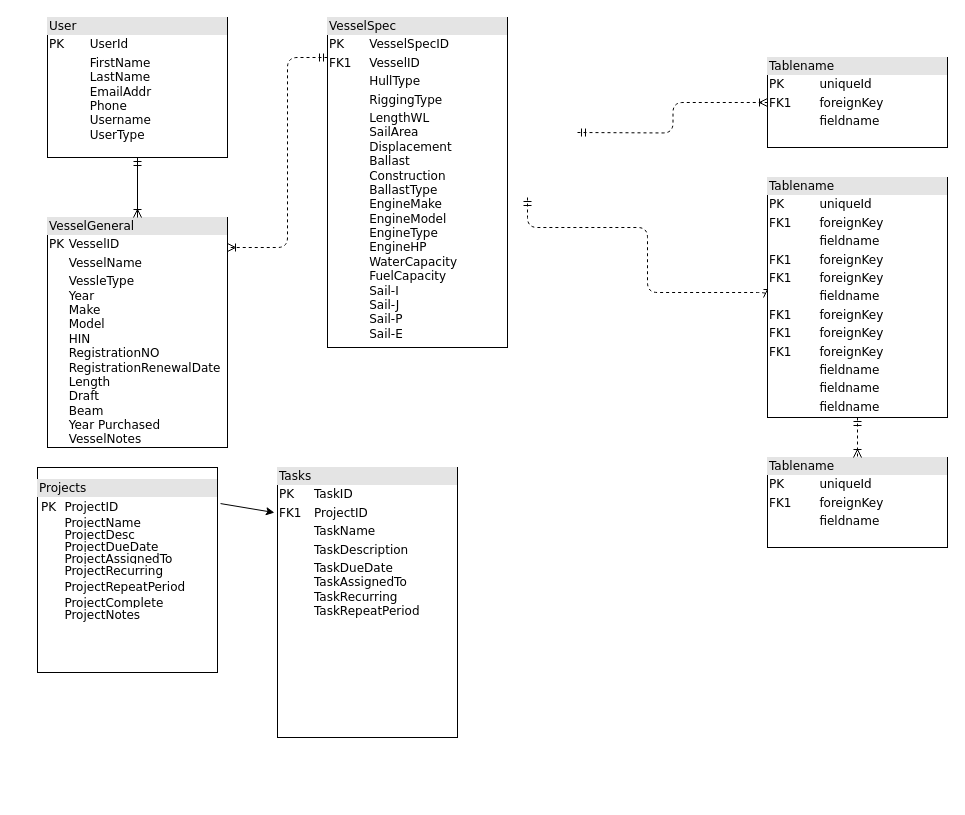
The draw.io diagram db Diagram.drawio in RJWestrick/boatprojectdiagrams, before the edit. Source tidied: cells renumbered, new cells numbered last; positions are measured from the earlier drawing's top-left corner, leaving out a move shared by most shapes. Both pictures are drawn from the tidied source at 100%, with x=0, y=0 at pixel (37, 17).
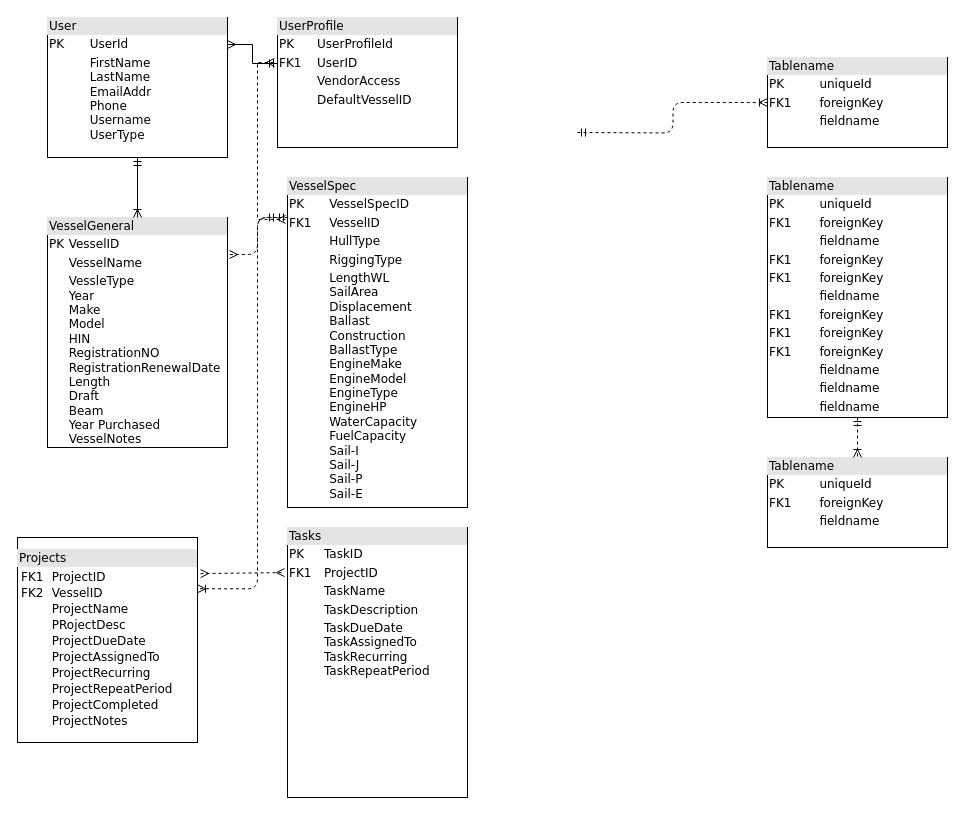
The same diagram, later.

Unchanged cells that the change refers to:
```xml
<mxCell id="2" value="&lt;div style=&quot;box-sizing: border-box ; width: 100% ; background: #e4e4e4 ; padding: 2px&quot;&gt;User&lt;/div&gt;&lt;table style=&quot;width: 100% ; font-size: 1em&quot; cellpadding=&quot;2&quot; cellspacing=&quot;0&quot;&gt;&lt;tbody&gt;&lt;tr&gt;&lt;td&gt;PK&lt;/td&gt;&lt;td&gt;UserId&lt;/td&gt;&lt;/tr&gt;&lt;tr&gt;&lt;td&gt;&lt;br&gt;&lt;/td&gt;&lt;td&gt;FirstName&lt;br&gt;LastName&lt;br&gt;EmailAddr&lt;br&gt;Phone&lt;br&gt;Username&lt;br&gt;UserType&lt;/td&gt;&lt;/tr&gt;&lt;tr&gt;&lt;td&gt;&lt;/td&gt;&lt;td&gt;&lt;br&gt;&lt;/td&gt;&lt;/tr&gt;&lt;/tbody&gt;&lt;/table&gt;" style="verticalAlign=top;align=left;overflow=fill;html=1;rounded=0;shadow=0;comic=0;labelBackgroundColor=none;strokeWidth=1;fontFamily=Verdana;fontSize=12;" parent="1" vertex="1">
  <mxGeometry x="10" width="180" height="140" as="geometry" />
</mxCell>
<mxCell id="6" value="&lt;div style=&quot;box-sizing: border-box ; width: 100% ; background: #e4e4e4 ; padding: 2px&quot;&gt;VesselGeneral&lt;/div&gt;&lt;table style=&quot;width: 100% ; font-size: 1em&quot; cellpadding=&quot;2&quot; cellspacing=&quot;0&quot;&gt;&lt;tbody&gt;&lt;tr&gt;&lt;td&gt;PK&lt;/td&gt;&lt;td&gt;VesselID&lt;/td&gt;&lt;/tr&gt;&lt;tr&gt;&lt;td&gt;&lt;br&gt;&lt;/td&gt;&lt;td&gt;VesselName&lt;/td&gt;&lt;/tr&gt;&lt;tr&gt;&lt;td&gt;&lt;/td&gt;&lt;td&gt;VessleType&lt;br&gt;Year&lt;br&gt;Make&lt;br&gt;Model&lt;br&gt;HIN&lt;br&gt;RegistrationNO&lt;br&gt;RegistrationRenewalDate&lt;br&gt;Length&lt;br&gt;Draft&lt;br&gt;Beam&lt;br&gt;Year Purchased&lt;br&gt;VesselNotes&lt;br&gt;&lt;br&gt;&lt;br&gt;&lt;br&gt;&lt;/td&gt;&lt;/tr&gt;&lt;/tbody&gt;&lt;/table&gt;" style="verticalAlign=top;align=left;overflow=fill;html=1;rounded=0;shadow=0;comic=0;labelBackgroundColor=none;strokeWidth=1;fontFamily=Verdana;fontSize=12;" parent="1" vertex="1">
  <mxGeometry x="10" y="200" width="180" height="230" as="geometry" />
</mxCell>
<mxCell id="12" value="&lt;div style=&quot;box-sizing: border-box ; width: 100% ; background: #e4e4e4 ; padding: 2px&quot;&gt;Tablename&lt;/div&gt;&lt;table style=&quot;width: 100% ; font-size: 1em&quot; cellpadding=&quot;2&quot; cellspacing=&quot;0&quot;&gt;&lt;tbody&gt;&lt;tr&gt;&lt;td&gt;PK&lt;/td&gt;&lt;td&gt;uniqueId&lt;/td&gt;&lt;/tr&gt;&lt;tr&gt;&lt;td&gt;FK1&lt;/td&gt;&lt;td&gt;foreignKey&lt;/td&gt;&lt;/tr&gt;&lt;tr&gt;&lt;td&gt;&lt;/td&gt;&lt;td&gt;fieldname&lt;/td&gt;&lt;/tr&gt;&lt;tr&gt;&lt;td&gt;FK1&lt;br&gt;&lt;/td&gt;&lt;td&gt;foreignKey&lt;br&gt;&lt;/td&gt;&lt;/tr&gt;&lt;tr&gt;&lt;td&gt;FK1&lt;br&gt;&lt;/td&gt;&lt;td&gt;foreignKey&lt;br&gt;&lt;/td&gt;&lt;/tr&gt;&lt;tr&gt;&lt;td&gt;&lt;br&gt;&lt;/td&gt;&lt;td&gt;fieldname&lt;br&gt;&lt;/td&gt;&lt;/tr&gt;&lt;tr&gt;&lt;td&gt;FK1&lt;br&gt;&lt;/td&gt;&lt;td&gt;foreignKey&lt;br&gt;&lt;/td&gt;&lt;/tr&gt;&lt;tr&gt;&lt;td&gt;FK1&lt;br&gt;&lt;/td&gt;&lt;td&gt;foreignKey&lt;br&gt;&lt;/td&gt;&lt;/tr&gt;&lt;tr&gt;&lt;td&gt;FK1&lt;br&gt;&lt;/td&gt;&lt;td&gt;foreignKey&lt;br&gt;&lt;/td&gt;&lt;/tr&gt;&lt;tr&gt;&lt;td&gt;&lt;br&gt;&lt;/td&gt;&lt;td&gt;fieldname&lt;br&gt;&lt;/td&gt;&lt;/tr&gt;&lt;tr&gt;&lt;td&gt;&lt;br&gt;&lt;/td&gt;&lt;td&gt;fieldname&lt;br&gt;&lt;/td&gt;&lt;/tr&gt;&lt;tr&gt;&lt;td&gt;&lt;br&gt;&lt;/td&gt;&lt;td&gt;fieldname&lt;br&gt;&lt;/td&gt;&lt;/tr&gt;&lt;/tbody&gt;&lt;/table&gt;" style="verticalAlign=top;align=left;overflow=fill;html=1;rounded=0;shadow=0;comic=0;labelBackgroundColor=none;strokeWidth=1;fontFamily=Verdana;fontSize=12;" parent="1" vertex="1">
  <mxGeometry x="730" y="160" width="180" height="240" as="geometry" />
</mxCell>
```

Diff of the diagram source:
```diff
@@
-    <mxCell id="3" style="edgeStyle=orthogonalEdgeStyle;html=1;dashed=1;labelBackgroundColor=none;startArrow=ERmandOne;endArrow=ERoneToMany;fontFamily=Verdana;fontSize=12;align=left;entryX=0;entryY=0.5;" parent="1" edge="1" target="12">
+    <mxCell id="3" style="edgeStyle=orthogonalEdgeStyle;html=1;dashed=1;labelBackgroundColor=none;startArrow=ERmandOne;endArrow=ERoneToMany;fontFamily=Verdana;fontSize=12;align=left;entryX=1;entryY=0.25;entryDx=0;entryDy=0;" parent="1" edge="1" target="7">
       <mxGeometry relative="1" as="geometry">
-        <mxPoint x="490" y="180" as="sourcePoint" />
+        <mxPoint x="240" y="200" as="sourcePoint" />
         <Array as="points">
-          <mxPoint x="490" y="210" />
-          <mxPoint x="610" y="210" />
-          <mxPoint x="610" y="275" />
+          <mxPoint x="220" y="200" />
+          <mxPoint x="220" y="571" />
         </Array>
       </mxGeometry>
     </mxCell>
@@
-    <mxCell id="5" style="edgeStyle=orthogonalEdgeStyle;html=1;dashed=1;labelBackgroundColor=none;startArrow=ERmandOne;endArrow=ERoneToMany;fontFamily=Verdana;fontSize=12;align=left;" parent="1" edge="1" source="9" target="6">
-      <mxGeometry relative="1" as="geometry">
-        <Array as="points">
-          <mxPoint x="250" y="40" />
-          <mxPoint x="250" y="230" />
-        </Array>
-      </mxGeometry>
+    <mxCell id="5" style="edgeStyle=orthogonalEdgeStyle;html=1;dashed=1;labelBackgroundColor=none;startArrow=ERmandOne;endArrow=ERmany;fontFamily=Verdana;fontSize=12;align=left;entryX=1.011;entryY=0.161;entryDx=0;entryDy=0;entryPerimeter=0;exitX=0;exitY=0.121;exitDx=0;exitDy=0;exitPerimeter=0;startFill=0;endFill=0;" parent="1" edge="1" source="9" target="6">
+      <mxGeometry relative="1" as="geometry" />
     </mxCell>
@@
-    <mxCell id="7" value="&lt;p style=&quot;line-height: 120%&quot;&gt;&lt;/p&gt;&lt;div style=&quot;box-sizing: border-box ; width: 100% ; background: #e4e4e4 ; padding: 2px&quot;&gt;Projects&lt;/div&gt;&lt;table style=&quot;width: 100% ; font-size: 1em&quot; cellpadding=&quot;2&quot; cellspacing=&quot;0&quot;&gt;&lt;tbody&gt;&lt;tr&gt;&lt;td&gt;&lt;table cellpadding=&quot;2&quot; cellspacing=&quot;0&quot; style=&quot;font-size: 1em ; width: 176px&quot;&gt;&lt;tbody style=&quot;line-height: 100%&quot;&gt;&lt;tr&gt;&lt;td&gt;&lt;span style=&quot;background-color: rgb(255 , 255 , 255)&quot;&gt;PK&lt;/span&gt;&lt;/td&gt;&lt;td&gt;&lt;span style=&quot;background-color: rgb(255 , 255 , 255)&quot;&gt;ProjectID&lt;/span&gt;&lt;/td&gt;&lt;/tr&gt;&lt;tr&gt;&lt;td&gt;&lt;span style=&quot;background-color: rgb(255 , 255 , 255)&quot;&gt;&lt;br&gt;&lt;/span&gt;&lt;/td&gt;&lt;td&gt;&lt;span style=&quot;background-color: rgb(255 , 255 , 255)&quot;&gt;ProjectName&lt;br&gt;ProjectDesc&lt;br&gt;ProjectDueDate&lt;br&gt;ProjectAssignedTo&lt;br&gt;ProjectRecurring&lt;/span&gt;&lt;/td&gt;&lt;/tr&gt;&lt;tr&gt;&lt;td&gt;&lt;/td&gt;&lt;td&gt;&lt;span style=&quot;background-color: rgb(255 , 255 , 255)&quot;&gt;ProjectRepeatPeriod&lt;/span&gt;&lt;/td&gt;&lt;/tr&gt;&lt;tr&gt;&lt;td&gt;&lt;span style=&quot;background-color: rgb(255 , 255 , 255)&quot;&gt;&lt;br&gt;&lt;/span&gt;&lt;/td&gt;&lt;td&gt;&lt;span style=&quot;background-color: rgb(255 , 255 , 255)&quot;&gt;ProjectComplete&lt;br&gt;ProjectNotes&lt;/span&gt;&lt;/td&gt;&lt;/tr&gt;&lt;/tbody&gt;&lt;/table&gt;&lt;/td&gt;&lt;td&gt;&lt;/td&gt;&lt;/tr&gt;&lt;/tbody&gt;&lt;/table&gt;&lt;p&gt;&lt;/p&gt;" style="verticalAlign=top;align=left;overflow=fill;html=1;rounded=0;shadow=0;comic=0;labelBackgroundColor=none;strokeWidth=1;fontFamily=Verdana;fontSize=12;" parent="1" vertex="1">
-      <mxGeometry y="450" width="180" height="205" as="geometry" />
+    <mxCell id="7" value="&lt;p style=&quot;line-height: 120%&quot;&gt;&lt;/p&gt;&lt;div style=&quot;box-sizing: border-box ; width: 100% ; background: #e4e4e4 ; padding: 2px&quot;&gt;Projects&lt;/div&gt;&lt;table style=&quot;width: 100% ; font-size: 1em&quot; cellpadding=&quot;2&quot; cellspacing=&quot;0&quot;&gt;&lt;tbody&gt;&lt;tr&gt;&lt;td&gt;&lt;table cellpadding=&quot;2&quot; cellspacing=&quot;0&quot; style=&quot;font-size: 1em ; width: 176px&quot;&gt;&lt;tbody style=&quot;line-height: 100%&quot;&gt;&lt;tr&gt;&lt;td&gt;FK1&lt;/td&gt;&lt;td&gt;&lt;span style=&quot;background-color: rgb(255 , 255 , 255)&quot;&gt;ProjectID&lt;/span&gt;&lt;/td&gt;&lt;/tr&gt;&lt;tr&gt;&lt;td&gt;FK2&lt;/td&gt;&lt;td&gt;&lt;span style=&quot;background-color: rgb(255 , 255 , 255)&quot;&gt;VesselID&lt;/span&gt;&lt;/td&gt;&lt;/tr&gt;&lt;tr&gt;&lt;td&gt;&lt;br&gt;&lt;/td&gt;&lt;td&gt;ProjectName&lt;/td&gt;&lt;/tr&gt;&lt;tr&gt;&lt;td&gt;&lt;br&gt;&lt;/td&gt;&lt;td&gt;PRojectDesc&lt;/td&gt;&lt;/tr&gt;&lt;tr&gt;&lt;td&gt;&lt;br&gt;&lt;/td&gt;&lt;td&gt;ProjectDueDate&lt;/td&gt;&lt;/tr&gt;&lt;tr&gt;&lt;td&gt;&lt;br&gt;&lt;/td&gt;&lt;td&gt;ProjectAssignedTo&lt;/td&gt;&lt;/tr&gt;&lt;tr&gt;&lt;td&gt;&lt;br&gt;&lt;/td&gt;&lt;td&gt;ProjectRecurring&lt;/td&gt;&lt;/tr&gt;&lt;tr&gt;&lt;td&gt;&lt;br&gt;&lt;/td&gt;&lt;td&gt;&lt;span style=&quot;background-color: rgb(255 , 255 , 255)&quot;&gt;ProjectRepeatPeriod&lt;/span&gt;&lt;/td&gt;&lt;/tr&gt;&lt;tr&gt;&lt;td&gt;&lt;br&gt;&lt;/td&gt;&lt;td&gt;ProjectCompleted&lt;/td&gt;&lt;/tr&gt;&lt;tr&gt;&lt;td&gt;&lt;br&gt;&lt;/td&gt;&lt;td&gt;ProjectNotes&lt;/td&gt;&lt;/tr&gt;&lt;/tbody&gt;&lt;/table&gt;&lt;/td&gt;&lt;td&gt;&lt;/td&gt;&lt;/tr&gt;&lt;/tbody&gt;&lt;/table&gt;&lt;p&gt;&lt;/p&gt;" style="verticalAlign=top;align=left;overflow=fill;html=1;rounded=0;shadow=0;comic=0;labelBackgroundColor=none;strokeWidth=1;fontFamily=Verdana;fontSize=12;" parent="1" vertex="1">
+      <mxGeometry x="-20" y="520" width="180" height="205" as="geometry" />
     </mxCell>
     <mxCell id="8" value="&lt;div style=&quot;box-sizing: border-box ; width: 100% ; background: #e4e4e4 ; padding: 2px&quot;&gt;Tasks&lt;/div&gt;&lt;table style=&quot;width: 100% ; font-size: 1em&quot; cellpadding=&quot;2&quot; cellspacing=&quot;0&quot;&gt;&lt;tbody&gt;&lt;tr&gt;&lt;td&gt;PK&lt;/td&gt;&lt;td&gt;TaskID&lt;/td&gt;&lt;/tr&gt;&lt;tr&gt;&lt;td&gt;FK1&lt;/td&gt;&lt;td&gt;ProjectID&lt;/td&gt;&lt;/tr&gt;&lt;tr&gt;&lt;td&gt;&lt;/td&gt;&lt;td&gt;TaskName&lt;/td&gt;&lt;/tr&gt;&lt;tr&gt;&lt;td&gt;&lt;br&gt;&lt;/td&gt;&lt;td&gt;TaskDescription&lt;br&gt;&lt;/td&gt;&lt;/tr&gt;&lt;tr&gt;&lt;td&gt;&lt;br&gt;&lt;/td&gt;&lt;td&gt;TaskDueDate&lt;br&gt;TaskAssignedTo&lt;br&gt;TaskRecurring&lt;br&gt;TaskRepeatPeriod&lt;br&gt;&lt;br&gt;&lt;/td&gt;&lt;/tr&gt;&lt;/tbody&gt;&lt;/table&gt;" style="verticalAlign=top;align=left;overflow=fill;html=1;rounded=0;shadow=0;comic=0;labelBackgroundColor=none;strokeWidth=1;fontFamily=Verdana;fontSize=12;" parent="1" vertex="1">
-      <mxGeometry x="240" y="450" width="180" height="270" as="geometry" />
+      <mxGeometry x="250" y="510" width="180" height="270" as="geometry" />
     </mxCell>
+    <mxCell id="16" style="edgeStyle=orthogonalEdgeStyle;rounded=0;jettySize=auto;html=1;entryX=-0.017;entryY=0.346;entryDx=0;entryDy=0;dashed=1;startArrow=ERmany;startFill=0;endArrow=ERmany;endFill=0;exitX=-0.011;exitY=0.127;exitDx=0;exitDy=0;exitPerimeter=0;entryPerimeter=0;" parent="1" edge="1" source="9" target="18">
+      <mxGeometry relative="1" as="geometry">
+        <Array as="points">
+          <mxPoint x="220" y="202" />
+          <mxPoint x="220" y="45" />
+        </Array>
+      </mxGeometry>
+    </mxCell>
     <mxCell id="9" value="&lt;div style=&quot;box-sizing: border-box ; width: 100% ; background: #e4e4e4 ; padding: 2px&quot;&gt;VesselSpec&lt;/div&gt;&lt;table style=&quot;width: 100% ; font-size: 1em&quot; cellpadding=&quot;2&quot; cellspacing=&quot;0&quot;&gt;&lt;tbody&gt;&lt;tr&gt;&lt;td&gt;PK&lt;/td&gt;&lt;td&gt;VesselSpecID&lt;/td&gt;&lt;/tr&gt;&lt;tr&gt;&lt;td&gt;FK1&lt;/td&gt;&lt;td&gt;VesselID&lt;/td&gt;&lt;/tr&gt;&lt;tr&gt;&lt;td&gt;&lt;/td&gt;&lt;td&gt;HullType&lt;/td&gt;&lt;/tr&gt;&lt;tr&gt;&lt;td&gt;&lt;br&gt;&lt;/td&gt;&lt;td&gt;RiggingType&lt;/td&gt;&lt;/tr&gt;&lt;tr&gt;&lt;td&gt;&lt;/td&gt;&lt;td&gt;LengthWL&lt;br&gt;SailArea&lt;br&gt;Displacement&lt;br&gt;Ballast&lt;br&gt;Construction&lt;br&gt;BallastType&lt;br&gt;EngineMake&lt;br&gt;EngineModel&lt;br&gt;EngineType&lt;br&gt;EngineHP&lt;br&gt;WaterCapacity&lt;br&gt;FuelCapacity&lt;br&gt;Sail-I&lt;br&gt;Sail-J&lt;br&gt;Sail-P&lt;br&gt;Sail-E&lt;/td&gt;&lt;/tr&gt;&lt;/tbody&gt;&lt;/table&gt;" style="verticalAlign=top;align=left;overflow=fill;html=1;rounded=0;shadow=0;comic=0;labelBackgroundColor=none;strokeWidth=1;fontFamily=Verdana;fontSize=12;" parent="1" vertex="1">
-      <mxGeometry x="290" width="180" height="330" as="geometry" />
+      <mxGeometry x="250" y="160" width="180" height="330" as="geometry" />
     </mxCell>
@@
-    <mxCell id="15" style="endArrow=classic;html=1;entryX=-0.017;entryY=0.167;entryDx=0;entryDy=0;entryPerimeter=0;exitX=1.017;exitY=0.176;exitDx=0;exitDy=0;exitPerimeter=0;" parent="1" edge="1" source="7" target="8">
+    <mxCell id="15" style="endArrow=ERmany;html=1;entryX=-0.017;entryY=0.167;entryDx=0;entryDy=0;entryPerimeter=0;exitX=1.017;exitY=0.176;exitDx=0;exitDy=0;exitPerimeter=0;endFill=0;startArrow=ERmany;startFill=0;dashed=1;" parent="1" edge="1" source="7" target="8">
       <mxGeometry relative="1" as="geometry" />
     </mxCell>
+    <mxCell id="17" style="edgeStyle=orthogonalEdgeStyle;rounded=0;jettySize=auto;html=1;entryX=1;entryY=0.193;entryDx=0;entryDy=0;entryPerimeter=0;exitX=0;exitY=0.354;exitDx=0;exitDy=0;exitPerimeter=0;endArrow=ERmany;endFill=0;startArrow=ERmandOne;startFill=0;" parent="1" edge="1" source="18" target="2">
+      <mxGeometry relative="1" as="geometry" />
+    </mxCell>
+    <mxCell id="18" value="&lt;div style=&quot;box-sizing: border-box ; width: 100% ; background: #e4e4e4 ; padding: 2px&quot;&gt;UserProfile&lt;/div&gt;&lt;table style=&quot;width: 100% ; font-size: 1em&quot; cellpadding=&quot;2&quot; cellspacing=&quot;0&quot;&gt;&lt;tbody&gt;&lt;tr&gt;&lt;td&gt;PK&lt;/td&gt;&lt;td&gt;UserProfileId&lt;/td&gt;&lt;/tr&gt;&lt;tr&gt;&lt;td&gt;FK1&lt;/td&gt;&lt;td&gt;UserID&lt;/td&gt;&lt;/tr&gt;&lt;tr&gt;&lt;td&gt;&lt;/td&gt;&lt;td&gt;VendorAccess&lt;/td&gt;&lt;/tr&gt;&lt;tr&gt;&lt;td&gt;&lt;br&gt;&lt;/td&gt;&lt;td&gt;DefaultVesselID&lt;/td&gt;&lt;/tr&gt;&lt;tr&gt;&lt;td&gt;&lt;br&gt;&lt;/td&gt;&lt;td&gt;&lt;br&gt;&lt;/td&gt;&lt;/tr&gt;&lt;/tbody&gt;&lt;/table&gt;" style="verticalAlign=top;align=left;overflow=fill;html=1;rounded=0;shadow=0;comic=0;labelBackgroundColor=none;strokeWidth=1;fontFamily=Verdana;fontSize=12;" parent="1" vertex="1">
+      <mxGeometry x="240" width="180" height="130" as="geometry" />
+    </mxCell>
```
